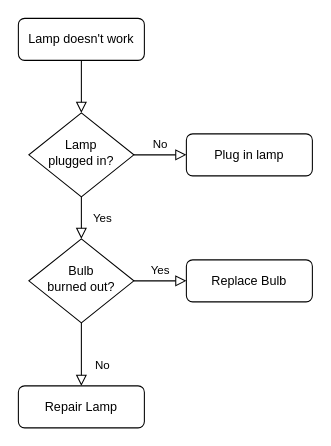
This is Untitled Diagram.drawio from Zsxam/recipeApp, a draw.io file, before an edit. Source tidied: cells renumbered, new cells numbered last; positions are measured from the earlier drawing's top-left corner, leaving out a move shared by most shapes. Both pictures are drawn from the tidied source at 105%, with x=0, y=0 at pixel (18, 18).
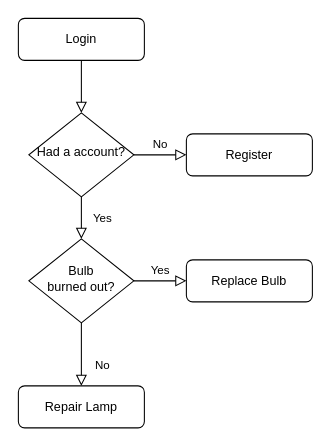
After the change.

The edit, as a diff of the source:
```diff
@@
 <mxGraphModel>
   <root>
     <mxCell id="0" />
     <mxCell id="1" parent="0" />
     <mxCell id="2" style="rounded=0;html=1;jettySize=auto;fontSize=11;endArrow=block;endFill=0;endSize=8;strokeWidth=1;shadow=0;labelBackgroundColor=none;edgeStyle=orthogonalEdgeStyle;" parent="1" edge="1" source="3" target="6">
       <mxGeometry relative="1" as="geometry" />
     </mxCell>
-    <mxCell id="3" value="Lamp doesn't work" style="rounded=1;whiteSpace=wrap;html=1;fontSize=12;glass=0;strokeWidth=1;shadow=0;" parent="1" vertex="1">
+    <mxCell id="3" value="Login" style="rounded=1;whiteSpace=wrap;html=1;fontSize=12;glass=0;strokeWidth=1;shadow=0;" parent="1" vertex="1">
       <mxGeometry width="120" height="40" as="geometry" />
     </mxCell>
     <mxCell id="4" value="Yes" style="rounded=0;html=1;jettySize=auto;fontSize=11;endArrow=block;endFill=0;endSize=8;strokeWidth=1;shadow=0;labelBackgroundColor=none;edgeStyle=orthogonalEdgeStyle;" parent="1" edge="1" source="6" target="10">
       <mxGeometry y="20" relative="1" as="geometry" />
     </mxCell>
     <mxCell id="5" value="No" style="edgeStyle=orthogonalEdgeStyle;rounded=0;html=1;jettySize=auto;fontSize=11;endArrow=block;endFill=0;endSize=8;strokeWidth=1;shadow=0;labelBackgroundColor=none;" parent="1" edge="1" source="6" target="7">
       <mxGeometry y="10" relative="1" as="geometry" />
     </mxCell>
-    <mxCell id="6" value="Lamp&lt;br&gt;plugged in?" style="rhombus;whiteSpace=wrap;html=1;shadow=0;fontFamily=Helvetica;fontSize=12;align=center;strokeWidth=1;spacing=6;spacingTop=-4;" parent="1" vertex="1">
+    <mxCell id="6" value="Had a account?" style="rhombus;whiteSpace=wrap;html=1;shadow=0;fontFamily=Helvetica;fontSize=12;align=center;strokeWidth=1;spacing=6;spacingTop=-4;" parent="1" vertex="1">
       <mxGeometry x="10" y="90" width="100" height="80" as="geometry" />
     </mxCell>
-    <mxCell id="7" value="Plug in lamp" style="rounded=1;whiteSpace=wrap;html=1;fontSize=12;glass=0;strokeWidth=1;shadow=0;" parent="1" vertex="1">
+    <mxCell id="7" value="Register" style="rounded=1;whiteSpace=wrap;html=1;fontSize=12;glass=0;strokeWidth=1;shadow=0;" parent="1" vertex="1">
       <mxGeometry x="160" y="110" width="120" height="40" as="geometry" />
     </mxCell>
     <mxCell id="8" value="No" style="rounded=0;html=1;jettySize=auto;fontSize=11;endArrow=block;endFill=0;endSize=8;strokeWidth=1;shadow=0;labelBackgroundColor=none;edgeStyle=orthogonalEdgeStyle;" parent="1" edge="1" source="10" target="11">
       <mxGeometry x="0.33" y="20" relative="1" as="geometry" />
     </mxCell>
     <mxCell id="9" value="Yes" style="edgeStyle=orthogonalEdgeStyle;rounded=0;html=1;jettySize=auto;fontSize=11;endArrow=block;endFill=0;endSize=8;strokeWidth=1;shadow=0;labelBackgroundColor=none;" parent="1" edge="1" source="10" target="12">
       <mxGeometry y="10" relative="1" as="geometry" />
     </mxCell>
     <mxCell id="10" value="Bulb&lt;br&gt;burned out?" style="rhombus;whiteSpace=wrap;html=1;shadow=0;fontFamily=Helvetica;fontSize=12;align=center;strokeWidth=1;spacing=6;spacingTop=-4;" parent="1" vertex="1">
       <mxGeometry x="10" y="210" width="100" height="80" as="geometry" />
     </mxCell>
     <mxCell id="11" value="Repair Lamp" style="rounded=1;whiteSpace=wrap;html=1;fontSize=12;glass=0;strokeWidth=1;shadow=0;" parent="1" vertex="1">
       <mxGeometry y="350" width="120" height="40" as="geometry" />
     </mxCell>
     <mxCell id="12" value="Replace Bulb" style="rounded=1;whiteSpace=wrap;html=1;fontSize=12;glass=0;strokeWidth=1;shadow=0;" parent="1" vertex="1">
       <mxGeometry x="160" y="230" width="120" height="40" as="geometry" />
     </mxCell>
   </root>
 </mxGraphModel>
```
